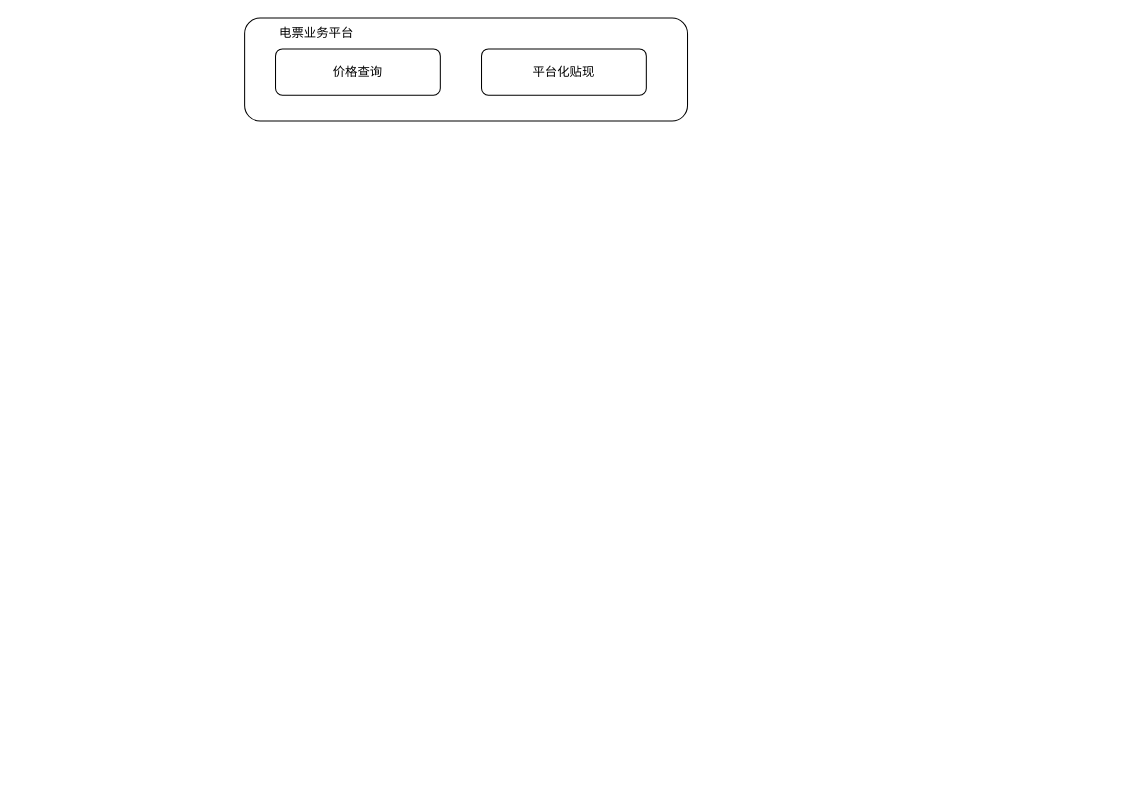
Above: 电票平台化.drawio in windlively/draw.io (draw.io), before the change. Source tidied: cells renumbered, new cells numbered last; positions are measured from the earlier drawing's top-left corner, leaving out a move shared by most shapes. Both pictures are drawn from the tidied source at 103%, with x=0, y=0 at pixel (244, 18).
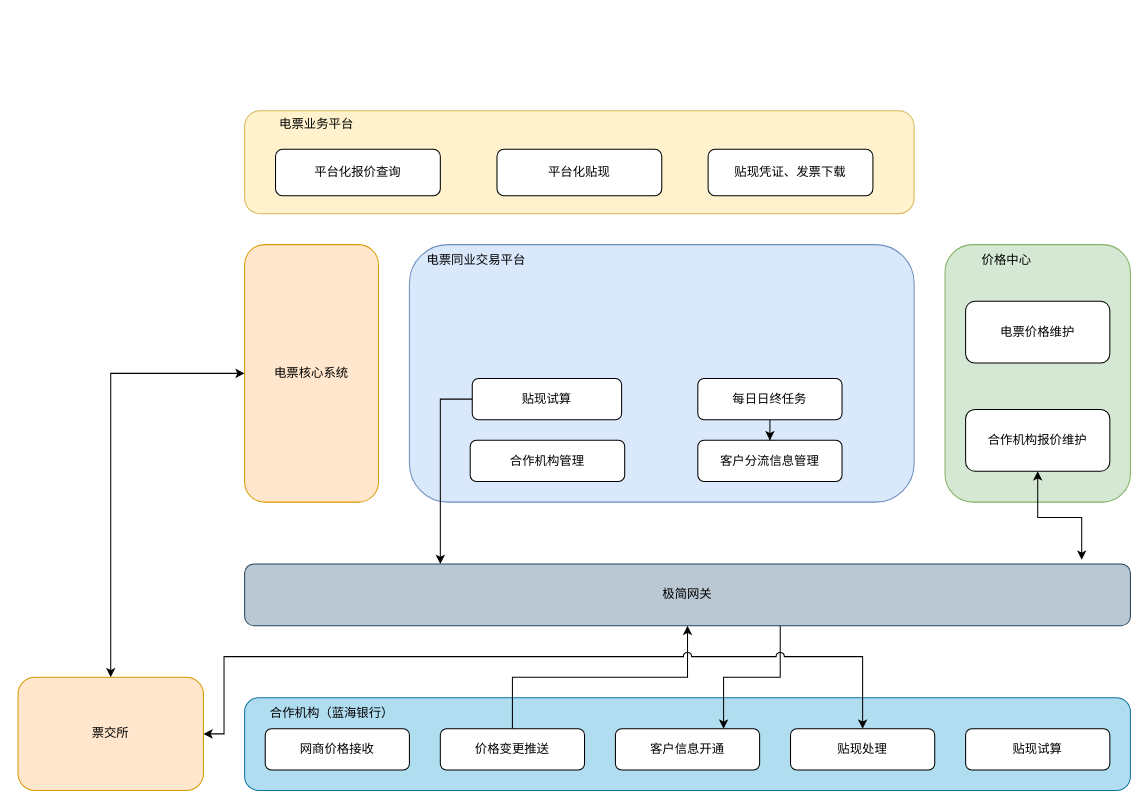
The same page after the edit.

Commit message:
更新电票平台化.drawio

The edit, as a diff of the source:
```diff
@@
-    <mxCell id="2" style="rounded=1;whiteSpace=wrap;html=1;" parent="1" vertex="1">
-      <mxGeometry width="430" height="100" as="geometry" />
+    <mxCell id="2" style="rounded=1;whiteSpace=wrap;html=1;fillColor=#fff2cc;strokeColor=#d6b656;" parent="1" vertex="1">
+      <mxGeometry y="90" width="650" height="100" as="geometry" />
     </mxCell>
     <mxCell id="3" value="电票业务平台" style="text;html=1;strokeColor=none;fillColor=none;align=center;verticalAlign=middle;whiteSpace=wrap;rounded=0;" parent="1" vertex="1">
-      <mxGeometry x="30" y="10" width="80" height="10" as="geometry" />
+      <mxGeometry x="30" y="97.5" width="80" height="10" as="geometry" />
     </mxCell>
-    <mxCell id="4" value="价格查询" style="rounded=1;whiteSpace=wrap;html=1;" parent="1" vertex="1">
-      <mxGeometry x="30" y="30" width="160" height="45" as="geometry" />
+    <mxCell id="4" value="平台化报价查询" style="rounded=1;whiteSpace=wrap;html=1;" parent="1" vertex="1">
+      <mxGeometry x="30" y="127.5" width="160" height="45" as="geometry" />
     </mxCell>
     <mxCell id="5" value="平台化贴现" style="rounded=1;whiteSpace=wrap;html=1;" parent="1" vertex="1">
-      <mxGeometry x="230" y="30" width="160" height="45" as="geometry" />
+      <mxGeometry x="245" y="127.5" width="160" height="45" as="geometry" />
     </mxCell>
+    <mxCell id="6" style="rounded=1;whiteSpace=wrap;html=1;fillColor=#dae8fc;strokeColor=#6c8ebf;" parent="1" vertex="1">
+      <mxGeometry x="160" y="220" width="490" height="250" as="geometry" />
+    </mxCell>
+    <mxCell id="7" style="rounded=1;whiteSpace=wrap;html=1;fillColor=#d5e8d4;strokeColor=#82b366;" parent="1" vertex="1">
+      <mxGeometry x="680" y="220" width="180" height="250" as="geometry" />
+    </mxCell>
+    <mxCell id="8" value="合作机构管理" style="rounded=1;whiteSpace=wrap;html=1;" parent="1" vertex="1">
+      <mxGeometry x="219" y="410" width="150" height="40" as="geometry" />
+    </mxCell>
+    <mxCell id="9" value="客户分流信息管理" style="rounded=1;whiteSpace=wrap;html=1;" parent="1" vertex="1">
+      <mxGeometry x="440" y="410" width="140" height="40" as="geometry" />
+    </mxCell>
+    <mxCell id="10" value="贴现凭证、发票下载" style="rounded=1;whiteSpace=wrap;html=1;" parent="1" vertex="1">
+      <mxGeometry x="450" y="127.5" width="160" height="45" as="geometry" />
+    </mxCell>
+    <mxCell id="11" style="edgeStyle=orthogonalEdgeStyle;rounded=0;jettySize=auto;html=1;" parent="1" edge="1" source="12" target="9">
+      <mxGeometry relative="1" as="geometry" />
+    </mxCell>
+    <mxCell id="12" value="每日日终任务" style="rounded=1;whiteSpace=wrap;html=1;" parent="1" vertex="1">
+      <mxGeometry x="440" y="350" width="140" height="40" as="geometry" />
+    </mxCell>
+    <mxCell id="13" style="edgeStyle=orthogonalEdgeStyle;rounded=0;jettySize=auto;html=1;exitX=0.945;exitY=-0.067;exitDx=0;exitDy=0;entryX=0.5;entryY=1;entryDx=0;entryDy=0;exitPerimeter=0;startArrow=classic;startFill=1;" parent="1" edge="1" source="14" target="20">
+      <mxGeometry relative="1" as="geometry" />
+    </mxCell>
+    <mxCell id="14" value="极简网关" style="rounded=1;whiteSpace=wrap;html=1;fillColor=#bac8d3;strokeColor=#23445d;" parent="1" vertex="1">
+      <mxGeometry y="530" width="860" height="60" as="geometry" />
+    </mxCell>
+    <mxCell id="15" style="rounded=1;whiteSpace=wrap;html=1;fillColor=#b1ddf0;strokeColor=#10739e;" parent="1" vertex="1">
+      <mxGeometry y="660" width="860" height="90" as="geometry" />
+    </mxCell>
+    <mxCell id="16" value="价格中心" style="text;html=1;strokeColor=none;fillColor=none;align=center;verticalAlign=middle;whiteSpace=wrap;rounded=0;" parent="1" vertex="1">
+      <mxGeometry x="700" y="230" width="80" height="10" as="geometry" />
+    </mxCell>
+    <mxCell id="17" style="edgeStyle=orthogonalEdgeStyle;rounded=0;jumpStyle=arc;jumpSize=8;jettySize=auto;html=1;startArrow=none;startFill=0;endArrow=classic;endFill=1;strokeColor=#000000;exitX=0;exitY=0.5;exitDx=0;exitDy=0;" parent="1" edge="1" source="18">
+      <mxGeometry relative="1" as="geometry">
+        <mxPoint x="190" y="530" as="targetPoint" />
+        <Array as="points">
+          <mxPoint x="190" y="370" />
+        </Array>
+      </mxGeometry>
+    </mxCell>
+    <mxCell id="18" value="贴现试算" style="rounded=1;whiteSpace=wrap;html=1;" parent="1" vertex="1">
+      <mxGeometry x="221" y="350" width="145" height="40" as="geometry" />
+    </mxCell>
+    <mxCell id="19" value="电票价格维护" style="rounded=1;whiteSpace=wrap;html=1;" parent="1" vertex="1">
+      <mxGeometry x="700" y="275" width="140" height="60" as="geometry" />
+    </mxCell>
+    <mxCell id="20" value="合作机构报价维护" style="rounded=1;whiteSpace=wrap;html=1;" parent="1" vertex="1">
+      <mxGeometry x="700" y="380" width="140" height="60" as="geometry" />
+    </mxCell>
+    <mxCell id="21" value="合作机构（蓝海银行）" style="text;html=1;strokeColor=none;fillColor=none;align=center;verticalAlign=middle;whiteSpace=wrap;rounded=0;" parent="1" vertex="1">
+      <mxGeometry x="20" y="670" width="130" height="10" as="geometry" />
+    </mxCell>
+    <mxCell id="22" value="网商价格接收" style="rounded=1;whiteSpace=wrap;html=1;" parent="1" vertex="1">
+      <mxGeometry x="20" y="690" width="140" height="40" as="geometry" />
+    </mxCell>
+    <mxCell id="23" style="edgeStyle=orthogonalEdgeStyle;rounded=0;jettySize=auto;html=1;" parent="1" edge="1" source="24" target="14">
+      <mxGeometry relative="1" as="geometry" />
+    </mxCell>
+    <mxCell id="24" value="价格变更推送" style="rounded=1;whiteSpace=wrap;html=1;" parent="1" vertex="1">
+      <mxGeometry x="190" y="690" width="140" height="40" as="geometry" />
+    </mxCell>
+    <mxCell id="25" value="客户信息开通" style="rounded=1;whiteSpace=wrap;html=1;" parent="1" vertex="1">
+      <mxGeometry x="360" y="690" width="140" height="40" as="geometry" />
+    </mxCell>
+    <mxCell id="26" value="贴现处理" style="rounded=1;whiteSpace=wrap;html=1;" parent="1" vertex="1">
+      <mxGeometry x="530" y="690" width="140" height="40" as="geometry" />
+    </mxCell>
+    <mxCell id="27" value="贴现试算" style="rounded=1;whiteSpace=wrap;html=1;" parent="1" vertex="1">
+      <mxGeometry x="700" y="690" width="140" height="40" as="geometry" />
+    </mxCell>
+    <mxCell id="28" style="edgeStyle=orthogonalEdgeStyle;rounded=0;jettySize=auto;html=1;entryX=0.75;entryY=0;entryDx=0;entryDy=0;" parent="1" edge="1" source="14" target="25">
+      <mxGeometry relative="1" as="geometry">
+        <Array as="points">
+          <mxPoint x="520" y="640" />
+          <mxPoint x="465" y="640" />
+        </Array>
+      </mxGeometry>
+    </mxCell>
+    <mxCell id="29" style="edgeStyle=orthogonalEdgeStyle;rounded=0;jettySize=auto;html=1;entryX=0.5;entryY=0;entryDx=0;entryDy=0;jumpStyle=arc;jumpSize=8;endArrow=classic;endFill=1;startArrow=classic;startFill=1;" parent="1" edge="1" source="30" target="26">
+      <mxGeometry relative="1" as="geometry">
+        <Array as="points">
+          <mxPoint x="-20" y="695" />
+          <mxPoint x="-20" y="620" />
+          <mxPoint x="600" y="620" />
+        </Array>
+      </mxGeometry>
+    </mxCell>
+    <mxCell id="30" value="票交所" style="rounded=1;whiteSpace=wrap;html=1;fillColor=#ffe6cc;strokeColor=#d79b00;" parent="1" vertex="1">
+      <mxGeometry x="-220" y="640" width="180" height="110" as="geometry" />
+    </mxCell>
+    <mxCell id="31" style="edgeStyle=orthogonalEdgeStyle;rounded=0;jumpStyle=arc;jumpSize=8;jettySize=auto;html=1;entryX=0.5;entryY=0;entryDx=0;entryDy=0;startArrow=classic;startFill=1;endArrow=classic;endFill=1;strokeColor=#000000;" parent="1" edge="1" source="32" target="30">
+      <mxGeometry relative="1" as="geometry" />
+    </mxCell>
+    <mxCell id="32" value="电票核心系统" style="rounded=1;whiteSpace=wrap;html=1;fillColor=#ffe6cc;strokeColor=#d79b00;" parent="1" vertex="1">
+      <mxGeometry y="220" width="130" height="250" as="geometry" />
+    </mxCell>
+    <mxCell id="33" value="电票同业交易平台" style="text;html=1;strokeColor=none;fillColor=none;align=center;verticalAlign=middle;whiteSpace=wrap;rounded=0;" parent="1" vertex="1">
+      <mxGeometry x="170" y="225" width="110" height="20" as="geometry" />
+    </mxCell>
```
